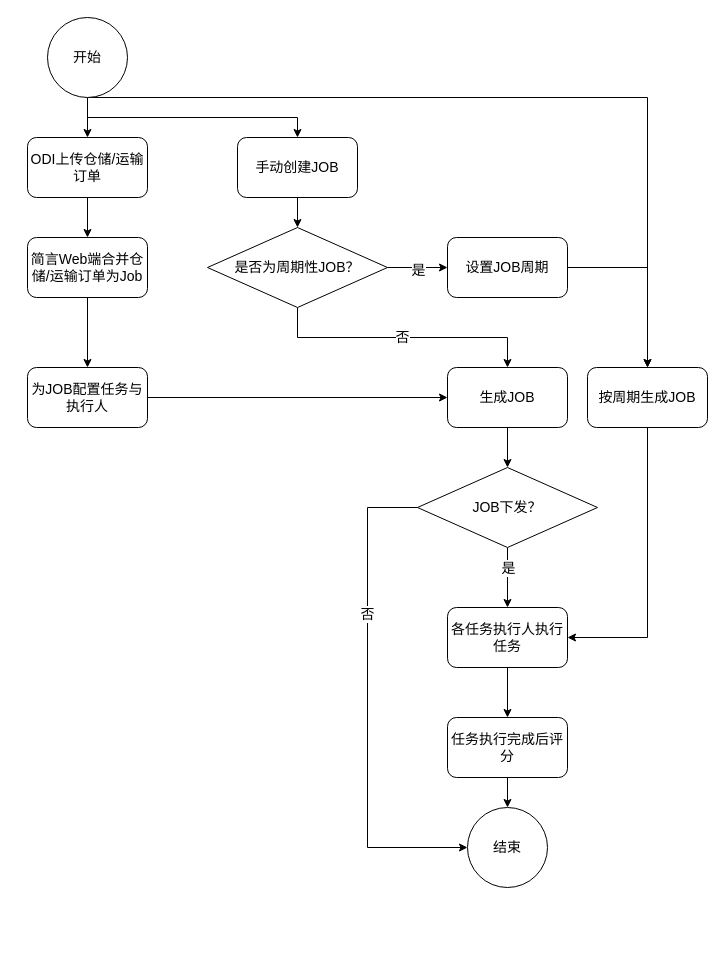
Before: 简言业务流程图.drawio in FrankKirin/PM_works, a draw.io diagram. Source tidied: cells renumbered, new cells numbered last; positions are measured from the earlier drawing's top-left corner, leaving out a move shared by most shapes. Both pictures are drawn from the tidied source at 100%, with x=0, y=0 at pixel (27, 17).
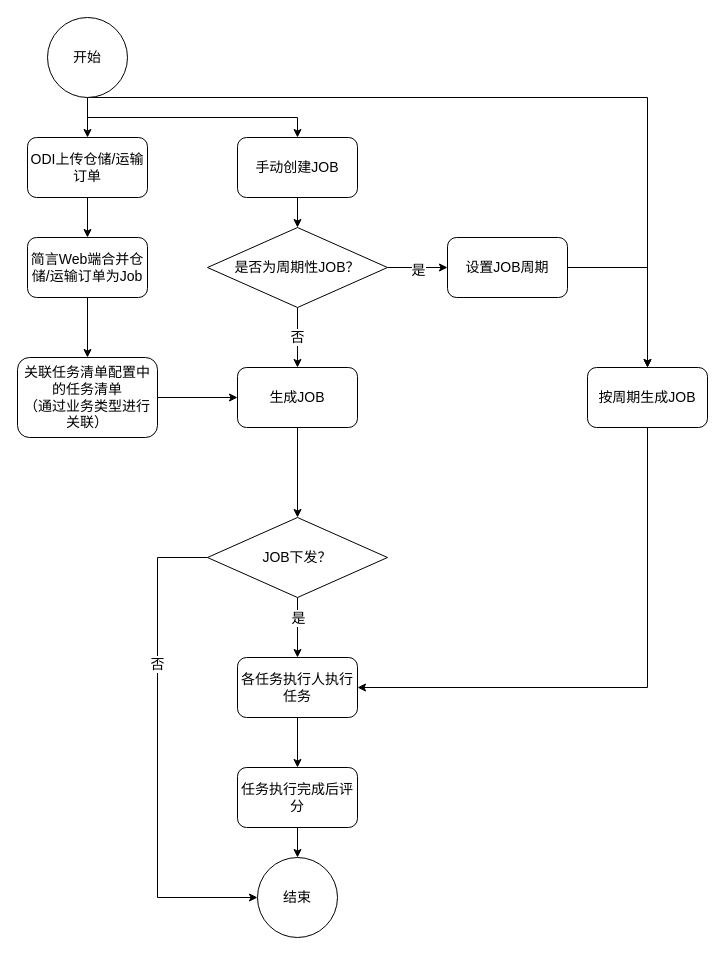
The same diagram, later.

Commit message:
Update 简言业务流程图.drawio

The edit, as a diff of the source:
```diff
@@
-    <mxCell id="11" value="为JOB配置任务与执行人" style="rounded=1;whiteSpace=wrap;html=1;fontSize=14;" parent="1" vertex="1">
-      <mxGeometry y="350" width="120" height="60" as="geometry" />
+    <mxCell id="11" value="关联任务清单配置中的任务清单&lt;br&gt;（通过业务类型进行关联）" style="rounded=1;whiteSpace=wrap;html=1;fontSize=14;" parent="1" vertex="1">
+      <mxGeometry x="-10" y="340" width="140" height="80" as="geometry" />
     </mxCell>
@@
     <mxCell id="21" value="生成JOB" style="rounded=1;whiteSpace=wrap;html=1;fontSize=14;" parent="1" vertex="1">
-      <mxGeometry x="420" y="350" width="120" height="60" as="geometry" />
+      <mxGeometry x="210" y="350" width="120" height="60" as="geometry" />
     </mxCell>
@@
     <mxCell id="23" value="各任务执行人执行任务" style="rounded=1;whiteSpace=wrap;html=1;fontSize=14;" parent="1" vertex="1">
-      <mxGeometry x="420" y="590" width="120" height="60" as="geometry" />
+      <mxGeometry x="210" y="640" width="120" height="60" as="geometry" />
     </mxCell>
@@
     <mxCell id="25" value="任务执行完成后评分" style="rounded=1;whiteSpace=wrap;html=1;fontSize=14;" parent="1" vertex="1">
-      <mxGeometry x="420" y="700" width="120" height="60" as="geometry" />
+      <mxGeometry x="210" y="750" width="120" height="60" as="geometry" />
     </mxCell>
     <mxCell id="26" value="结束" style="ellipse;whiteSpace=wrap;html=1;fontSize=14;" parent="1" vertex="1">
-      <mxGeometry x="440" y="790" width="80" height="80" as="geometry" />
+      <mxGeometry x="230" y="840" width="80" height="80" as="geometry" />
     </mxCell>
@@
     <mxCell id="29" style="edgeStyle=orthogonalEdgeStyle;rounded=0;jettySize=auto;html=1;exitX=0;exitY=0.5;exitDx=0;exitDy=0;entryX=0;entryY=0.5;entryDx=0;entryDy=0;fontSize=14;" parent="1" edge="1" source="31" target="26">
       <mxGeometry relative="1" as="geometry">
         <Array as="points">
-          <mxPoint x="340" y="490" />
-          <mxPoint x="340" y="830" />
+          <mxPoint x="130" y="540" />
+          <mxPoint x="130" y="880" />
         </Array>
       </mxGeometry>
     </mxCell>
@@
     <mxCell id="31" value="JOB下发？" style="rhombus;whiteSpace=wrap;html=1;fontSize=14;" parent="1" vertex="1">
-      <mxGeometry x="390" y="450" width="180" height="80" as="geometry" />
+      <mxGeometry x="180" y="500" width="180" height="80" as="geometry" />
     </mxCell>
```
